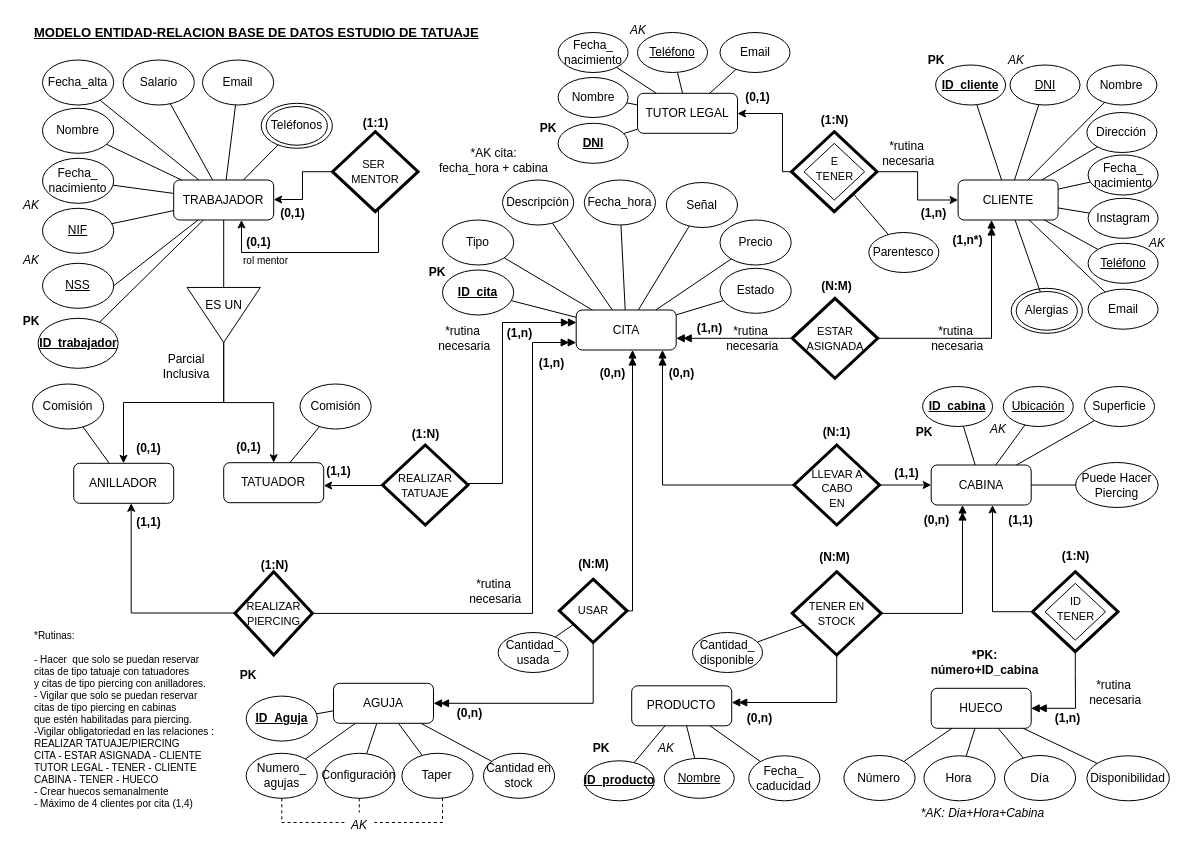
Before: diagrama/Diagrama Entidad-Relacion Estudio Tattoo v2.drawio in yelkov/BBDD-estudio-tattoo, a draw.io diagram. Source tidied: cells renumbered, new cells numbered last; positions are measured from the earlier drawing's top-left corner, leaving out a move shared by most shapes. Both pictures are drawn from the tidied source at 100%, with x=0, y=0 at pixel (16, 17).
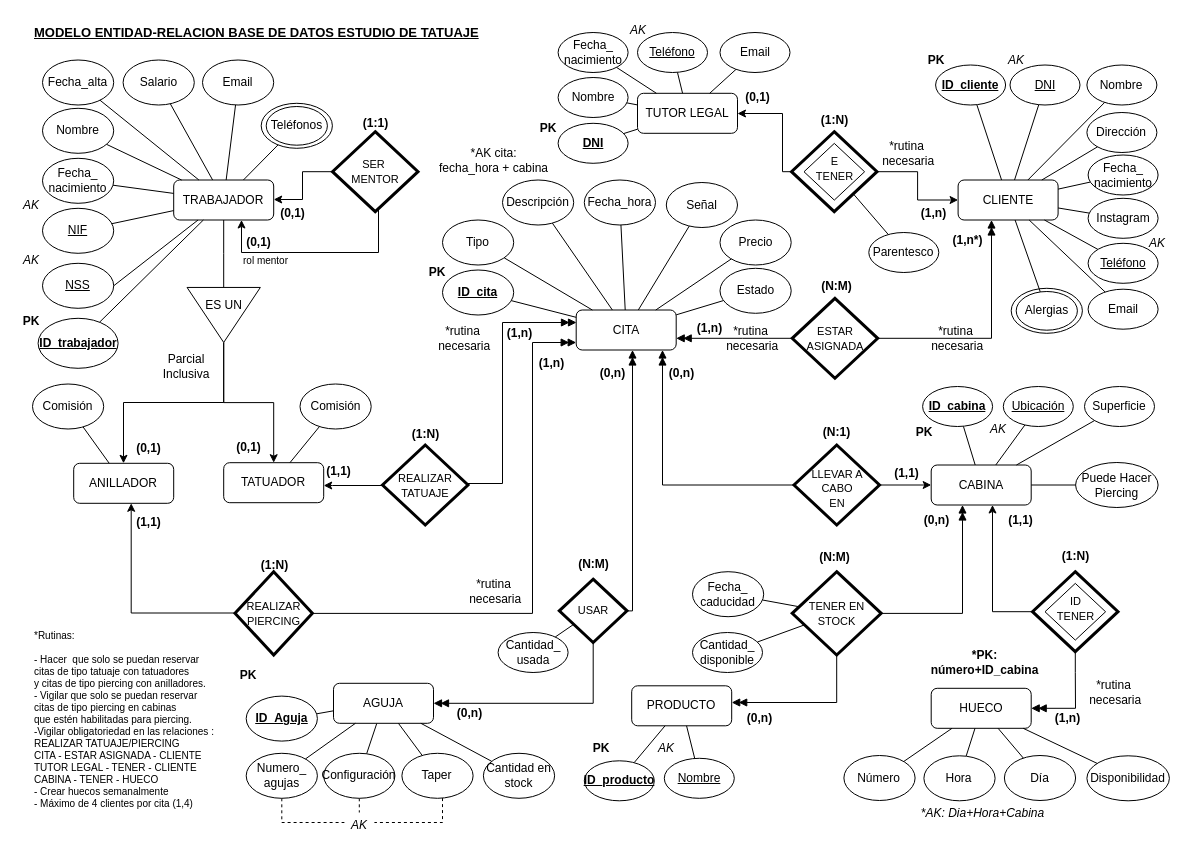
The same diagram, later.

Commit message (it also covers changes not shown here):
docs(diagrama): cambiar caducidad producto a atributo de relacion

The change refers to these unchanged cells:
```xml
<mxCell id="30" value="PRODUCTO" style="rounded=1;whiteSpace=wrap;html=1;" parent="1" vertex="1">
  <mxGeometry x="615.2" y="668.3" width="100" height="40" as="geometry" />
</mxCell>
<mxCell id="80" value="&lt;span style=&quot;font-size: 11px;&quot;&gt;TENER EN STOCK&lt;/span&gt;" style="rhombus;whiteSpace=wrap;html=1;strokeWidth=3;perimeterSpacing=0;labelBorderColor=none;labelBackgroundColor=none;textShadow=0;" parent="1" vertex="1">
  <mxGeometry x="775.7" y="554.2" width="89" height="83.3" as="geometry" />
</mxCell>
```

What changed in the source:
```diff
@@
-    <mxCell id="141" style="rounded=0;jettySize=auto;html=1;endArrow=none;endFill=0;" parent="1" edge="1" source="142" target="30">
+    <mxCell id="141" style="rounded=0;jettySize=auto;html=1;endArrow=none;endFill=0;" parent="1" edge="1" source="142" target="80">
       <mxGeometry relative="1" as="geometry" />
     </mxCell>
     <mxCell id="142" value="Fecha_&lt;div&gt;caducidad&lt;/div&gt;" style="ellipse;whiteSpace=wrap;html=1;" parent="1" vertex="1">
-      <mxGeometry x="732.2" y="738.3" width="71.2" height="45" as="geometry" />
+      <mxGeometry x="676" y="554.2" width="71.2" height="45" as="geometry" />
     </mxCell>
```
